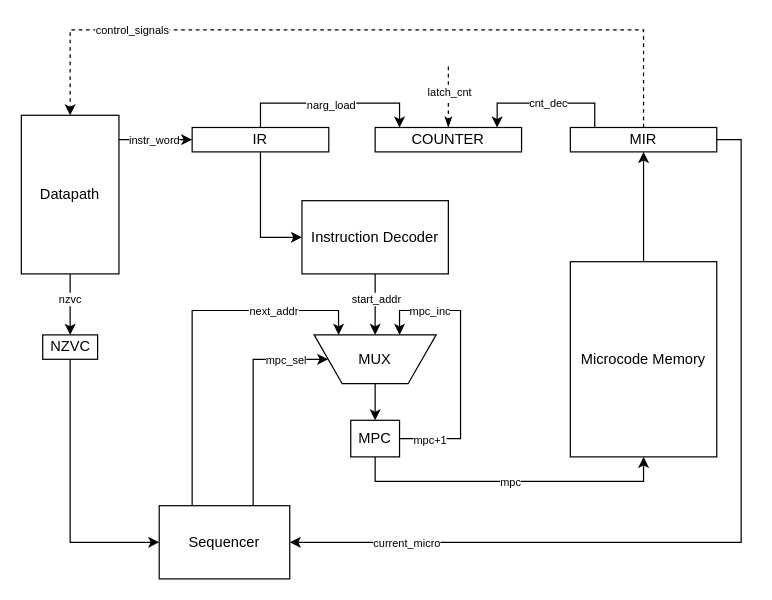
This is scheme/csa_lab4_control_unit_scheme.drawio from xtern0o/csa_lab4, a draw.io file, before an edit. Source tidied: cells renumbered, new cells numbered last; positions are measured from the earlier drawing's top-left corner, leaving out a move shared by most shapes. Both pictures are drawn from the tidied source at 122%, with x=0, y=0 at pixel (21, 29).
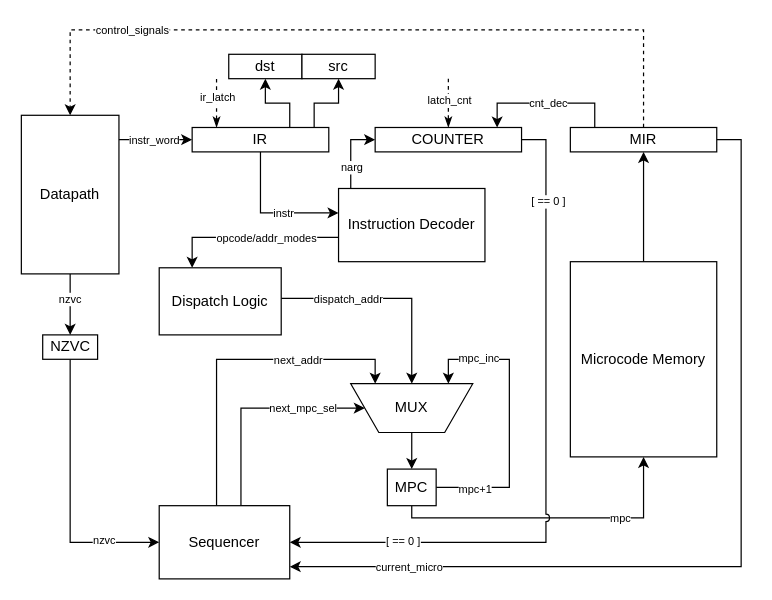
The same diagram, later.

Unchanged cells that the change refers to:
```xml
<mxCell id="18" value="Microcode Memory" style="rounded=0;whiteSpace=wrap;html=1;" parent="1" vertex="1">
  <mxGeometry x="450" y="190" width="120" height="160" as="geometry" />
</mxCell>
<mxCell id="25" value="MIR" style="rounded=0;whiteSpace=wrap;html=1;" parent="1" vertex="1">
  <mxGeometry x="450" y="80" width="120" height="20" as="geometry" />
</mxCell>
<mxCell id="26" style="edgeStyle=orthogonalEdgeStyle;rounded=0;jettySize=auto;html=1;" parent="1" edge="1" source="27" target="32">
  <mxGeometry relative="1" as="geometry">
    <Array as="points">
      <mxPoint x="40" y="420" />
    </Array>
  </mxGeometry>
</mxCell>
<mxCell id="32" value="Sequencer" style="rounded=0;whiteSpace=wrap;html=1;" parent="1" vertex="1">
  <mxGeometry x="113" y="390" width="107" height="60" as="geometry" />
</mxCell>
<mxCell id="37" value="IR" style="rounded=0;whiteSpace=wrap;html=1;" parent="1" vertex="1">
  <mxGeometry x="140" y="80" width="112" height="20" as="geometry" />
</mxCell>
<mxCell id="38" value="COUNTER" style="rounded=0;whiteSpace=wrap;html=1;" parent="1" vertex="1">
  <mxGeometry x="290" y="80" width="120" height="20" as="geometry" />
</mxCell>
```

Change to the diagram source:
```diff
@@
     <mxCell id="2" style="edgeStyle=orthogonalEdgeStyle;rounded=0;jettySize=auto;html=1;" parent="1" edge="1" source="37" target="8">
       <mxGeometry relative="1" as="geometry">
         <Array as="points">
-          <mxPoint x="196" y="170" />
+          <mxPoint x="196" y="150" />
         </Array>
       </mxGeometry>
     </mxCell>
+    <mxCell id="41" value="instr" style="edgeLabel;html=1;align=center;verticalAlign=middle;fontSize=9;" parent="2" vertex="1">
+      <mxGeometry x="0.2" relative="1" as="geometry" />
+    </mxCell>
@@
-    <mxCell id="6" style="edgeStyle=orthogonalEdgeStyle;rounded=0;jettySize=auto;html=1;" parent="1" edge="1" source="8" target="10">
-      <mxGeometry relative="1" as="geometry" />
-    </mxCell>
-    <mxCell id="7" value="start_addr" style="edgeLabel;html=1;align=center;verticalAlign=middle;fontSize=9;" parent="6" vertex="1">
-      <mxGeometry x="-0.31" relative="1" as="geometry">
-        <mxPoint y="3" as="offset" />
-      </mxGeometry>
-    </mxCell>
+    <mxCell id="42" style="edgeStyle=orthogonalEdgeStyle;rounded=0;jettySize=auto;html=1;" parent="1" edge="1" source="8" target="56">
+      <mxGeometry relative="1" as="geometry">
+        <Array as="points">
+          <mxPoint x="140" y="170" />
+        </Array>
+      </mxGeometry>
+    </mxCell>
+    <mxCell id="43" value="opcode/addr_modes" style="edgeLabel;html=1;align=center;verticalAlign=middle;fontSize=9;" parent="42" vertex="1">
+      <mxGeometry x="-0.17" relative="1" as="geometry" />
+    </mxCell>
+    <mxCell id="44" style="edgeStyle=orthogonalEdgeStyle;rounded=0;jettySize=auto;html=1;" parent="1" edge="1" source="8" target="38">
+      <mxGeometry relative="1" as="geometry">
+        <Array as="points">
+          <mxPoint x="270" y="90" />
+        </Array>
+      </mxGeometry>
+    </mxCell>
+    <mxCell id="45" value="narg" style="edgeLabel;html=1;align=center;verticalAlign=middle;fontSize=9;" parent="44" vertex="1">
+      <mxGeometry x="-0.47" y="1" relative="1" as="geometry">
+        <mxPoint x="1" y="-2" as="offset" />
+      </mxGeometry>
+    </mxCell>
     <mxCell id="8" value="Instruction Decoder" style="rounded=0;whiteSpace=wrap;html=1;" parent="1" vertex="1">
-      <mxGeometry x="230" y="140" width="120" height="60" as="geometry" />
+      <mxGeometry x="260" y="130" width="120" height="60" as="geometry" />
     </mxCell>
@@
     <mxCell id="10" value="MUX" style="verticalLabelPosition=middle;verticalAlign=middle;html=1;shape=trapezoid;perimeter=trapezoidPerimeter;whiteSpace=wrap;size=0.23;arcSize=10;flipV=1;labelPosition=center;align=center;legacyAnchorPoints=0;direction=east;" parent="1" vertex="1">
-      <mxGeometry x="240" y="250" width="100" height="40" as="geometry" />
+      <mxGeometry x="270" y="290" width="100" height="40" as="geometry" />
     </mxCell>
     <mxCell id="11" style="edgeStyle=orthogonalEdgeStyle;rounded=0;jettySize=auto;html=1;" parent="1" edge="1" source="16" target="10">
       <mxGeometry relative="1" as="geometry">
         <Array as="points">
-          <mxPoint x="360" y="335" />
-          <mxPoint x="360" y="230" />
-          <mxPoint x="310" y="230" />
+          <mxPoint x="400" y="375" />
+          <mxPoint x="400" y="270" />
+          <mxPoint x="350" y="270" />
         </Array>
       </mxGeometry>
     </mxCell>
     <mxCell id="12" value="mpc_inc" style="edgeLabel;html=1;align=center;verticalAlign=middle;fontSize=9;" parent="11" vertex="1">
       <mxGeometry x="0.65" relative="1" as="geometry">
-        <mxPoint x="5" as="offset" />
+        <mxPoint x="3" y="-1" as="offset" />
       </mxGeometry>
     </mxCell>
     <mxCell id="13" value="mpc+1" style="edgeLabel;html=1;align=center;verticalAlign=middle;fontSize=9;" parent="11" vertex="1">
-      <mxGeometry x="-0.79" y="-1" relative="1" as="geometry" />
+      <mxGeometry x="-0.79" y="-1" relative="1" as="geometry">
+        <mxPoint x="6" as="offset" />
+      </mxGeometry>
     </mxCell>
     <mxCell id="14" style="edgeStyle=orthogonalEdgeStyle;rounded=0;jettySize=auto;html=1;" parent="1" edge="1" source="16" target="18">
       <mxGeometry relative="1" as="geometry">
         <Array as="points">
-          <mxPoint x="290" y="370" />
-          <mxPoint x="510" y="370" />
+          <mxPoint x="320" y="400" />
+          <mxPoint x="510" y="400" />
         </Array>
       </mxGeometry>
     </mxCell>
     <mxCell id="15" value="mpc" style="edgeLabel;html=1;align=center;verticalAlign=middle;fontSize=9;" parent="14" vertex="1">
-      <mxGeometry relative="1" as="geometry" />
+      <mxGeometry relative="1" as="geometry">
+        <mxPoint x="55" as="offset" />
+      </mxGeometry>
     </mxCell>
     <mxCell id="16" value="MPC" style="rounded=0;whiteSpace=wrap;html=1;" parent="1" vertex="1">
-      <mxGeometry x="270" y="320" width="40" height="30" as="geometry" />
+      <mxGeometry x="300" y="360" width="40" height="30" as="geometry" />
     </mxCell>
@@
     <mxCell id="21" style="edgeStyle=orthogonalEdgeStyle;rounded=0;jettySize=auto;html=1;" parent="1" edge="1" source="25" target="32">
       <mxGeometry relative="1" as="geometry">
         <Array as="points">
           <mxPoint x="590" y="90" />
-          <mxPoint x="590" y="420" />
+          <mxPoint x="590" y="440" />
         </Array>
       </mxGeometry>
     </mxCell>
@@
+    <mxCell id="46" value="nzvc" style="edgeLabel;html=1;align=center;verticalAlign=middle;fontSize=9;" parent="26" vertex="1">
+      <mxGeometry x="0.59" y="2" relative="1" as="geometry" />
+    </mxCell>
@@
     <mxCell id="28" style="edgeStyle=orthogonalEdgeStyle;rounded=0;jettySize=auto;html=1;" parent="1" edge="1" source="32" target="10">
       <mxGeometry relative="1" as="geometry">
         <Array as="points">
-          <mxPoint x="140" y="230" />
-          <mxPoint x="260" y="230" />
+          <mxPoint x="160" y="270" />
+          <mxPoint x="290" y="270" />
         </Array>
       </mxGeometry>
     </mxCell>
     <mxCell id="29" value="next_addr" style="edgeLabel;html=1;align=center;verticalAlign=middle;fontSize=9;" parent="28" vertex="1">
       <mxGeometry x="0.46" relative="1" as="geometry">
-        <mxPoint x="7" as="offset" />
+        <mxPoint x="-11" as="offset" />
       </mxGeometry>
     </mxCell>
-    <mxCell id="30" style="edgeStyle=orthogonalEdgeStyle;rounded=0;jettySize=auto;html=1;" parent="1" edge="1" source="32" target="10">
+    <mxCell id="30" style="edgeStyle=orthogonalEdgeStyle;rounded=0;jettySize=auto;html=1;" parent="1" edge="1" target="10">
       <mxGeometry relative="1" as="geometry">
+        <mxPoint x="220" y="390" as="sourcePoint" />
         <Array as="points">
-          <mxPoint x="190" y="270" />
+          <mxPoint x="180" y="390" />
+          <mxPoint x="180" y="310" />
         </Array>
       </mxGeometry>
     </mxCell>
-    <mxCell id="31" value="mpc_sel" style="edgeLabel;html=1;align=center;verticalAlign=middle;fontSize=9;" parent="30" vertex="1">
-      <mxGeometry x="0.61" relative="1" as="geometry" />
+    <mxCell id="31" value="next_mpc_sel" style="edgeLabel;html=1;align=center;verticalAlign=middle;fontSize=9;" parent="30" vertex="1">
+      <mxGeometry x="0.61" relative="1" as="geometry">
+        <mxPoint x="-8" as="offset" />
+      </mxGeometry>
     </mxCell>
@@
-    <mxCell id="35" style="edgeStyle=orthogonalEdgeStyle;rounded=0;jettySize=auto;html=1;" parent="1" edge="1" source="37" target="38">
-      <mxGeometry relative="1" as="geometry">
-        <Array as="points">
-          <mxPoint x="196" y="60" />
-          <mxPoint x="310" y="60" />
-        </Array>
-      </mxGeometry>
-    </mxCell>
-    <mxCell id="36" value="narg_load" style="edgeLabel;html=1;align=center;verticalAlign=middle;fontSize=9;" parent="35" vertex="1">
-      <mxGeometry x="-0.16" y="-1" relative="1" as="geometry">
-        <mxPoint x="12" as="offset" />
-      </mxGeometry>
-    </mxCell>
+    <mxCell id="47" style="edgeStyle=orthogonalEdgeStyle;rounded=0;jettySize=auto;html=1;" parent="1" edge="1" source="37" target="57">
+      <mxGeometry relative="1" as="geometry">
+        <Array as="points">
+          <mxPoint x="220" y="60" />
+          <mxPoint x="200" y="60" />
+        </Array>
+      </mxGeometry>
+    </mxCell>
+    <mxCell id="48" style="edgeStyle=orthogonalEdgeStyle;rounded=0;jettySize=auto;html=1;" parent="1" edge="1" source="37" target="58">
+      <mxGeometry relative="1" as="geometry">
+        <Array as="points">
+          <mxPoint x="240" y="60" />
+          <mxPoint x="260" y="60" />
+        </Array>
+      </mxGeometry>
+    </mxCell>
@@
+    <mxCell id="49" style="edgeStyle=orthogonalEdgeStyle;rounded=0;jettySize=auto;html=1;jumpStyle=arc;" parent="1" edge="1" source="38" target="32">
+      <mxGeometry relative="1" as="geometry">
+        <Array as="points">
+          <mxPoint x="430" y="90" />
+          <mxPoint x="430" y="420" />
+        </Array>
+      </mxGeometry>
+    </mxCell>
+    <mxCell id="50" value="[ == 0 ]" style="edgeLabel;html=1;align=center;verticalAlign=middle;fontSize=9;" parent="49" vertex="1">
+      <mxGeometry x="0.67" y="-1" relative="1" as="geometry" />
+    </mxCell>
+    <mxCell id="51" value="[ == 0 ]" style="edgeLabel;html=1;align=center;verticalAlign=middle;fontSize=9;" parent="49" vertex="1">
+      <mxGeometry x="-0.75" y="1" relative="1" as="geometry" />
+    </mxCell>
@@
     <mxCell id="39" style="endArrow=classicThin;html=1;rounded=0;dashed=1;endFill=1;" parent="1" edge="1">
       <mxGeometry relative="1" as="geometry">
-        <mxPoint x="350" y="30" as="sourcePoint" />
+        <mxPoint x="350" y="40" as="sourcePoint" />
         <mxPoint x="350" y="80" as="targetPoint" />
       </mxGeometry>
     </mxCell>
@@
+    <mxCell id="52" style="endArrow=classicThin;html=1;rounded=0;dashed=1;endFill=1;" parent="1" edge="1">
+      <mxGeometry relative="1" as="geometry">
+        <mxPoint x="160" y="40.2" as="sourcePoint" />
+        <mxPoint x="160" y="80" as="targetPoint" />
+      </mxGeometry>
+    </mxCell>
+    <mxCell id="53" value="ir_latch" style="edgeLabel;html=1;align=center;verticalAlign=middle;fontSize=9;" parent="52" vertex="1">
+      <mxGeometry x="-0.3" y="1" relative="1" as="geometry">
+        <mxPoint x="-1" y="1" as="offset" />
+      </mxGeometry>
+    </mxCell>
+    <mxCell id="54" style="edgeStyle=orthogonalEdgeStyle;rounded=0;jettySize=auto;html=1;" parent="1" edge="1" source="56" target="10">
+      <mxGeometry relative="1" as="geometry">
+        <Array as="points">
+          <mxPoint x="320" y="220" />
+        </Array>
+      </mxGeometry>
+    </mxCell>
+    <mxCell id="55" value="dispatch_addr" style="edgeLabel;html=1;align=center;verticalAlign=middle;fontSize=9;" parent="54" vertex="1">
+      <mxGeometry x="-0.52" relative="1" as="geometry">
+        <mxPoint x="12" as="offset" />
+      </mxGeometry>
+    </mxCell>
+    <mxCell id="56" value="Dispatch Logic" style="rounded=0;whiteSpace=wrap;html=1;" parent="1" vertex="1">
+      <mxGeometry x="113" y="195" width="100" height="55" as="geometry" />
+    </mxCell>
+    <mxCell id="57" value="dst" style="rounded=0;whiteSpace=wrap;html=1;" parent="1" vertex="1">
+      <mxGeometry x="170" y="20" width="60" height="20" as="geometry" />
+    </mxCell>
+    <mxCell id="58" value="src" style="rounded=0;whiteSpace=wrap;html=1;" parent="1" vertex="1">
+      <mxGeometry x="230" y="20" width="60" height="20" as="geometry" />
+    </mxCell>
```
